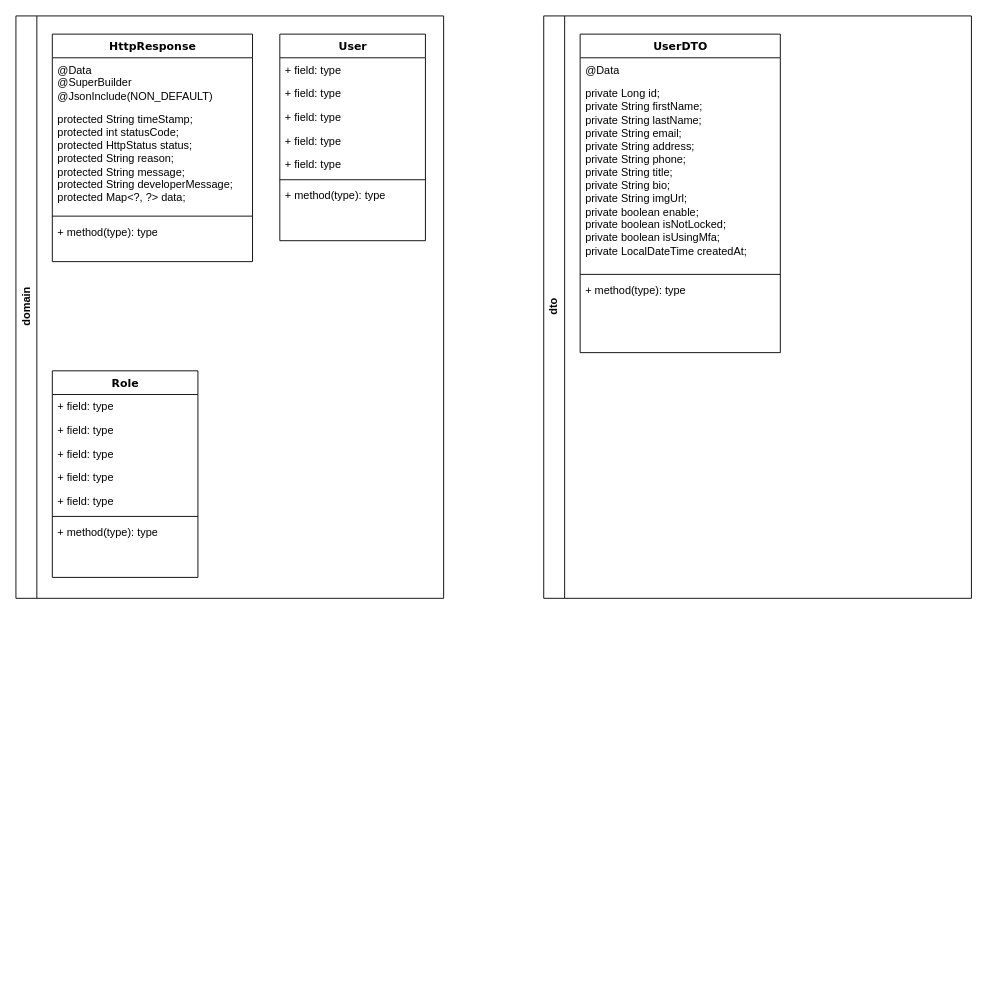
This is Untitled Diagram.drawio from jarisiber/layer-architecture, a draw.io file, before an edit. Source tidied: cells renumbered, new cells numbered last; positions are measured from the earlier drawing's top-left corner, leaving out a move shared by most shapes. Both pictures are drawn from the tidied source at 91%, with x=0, y=0 at pixel (15, 15).
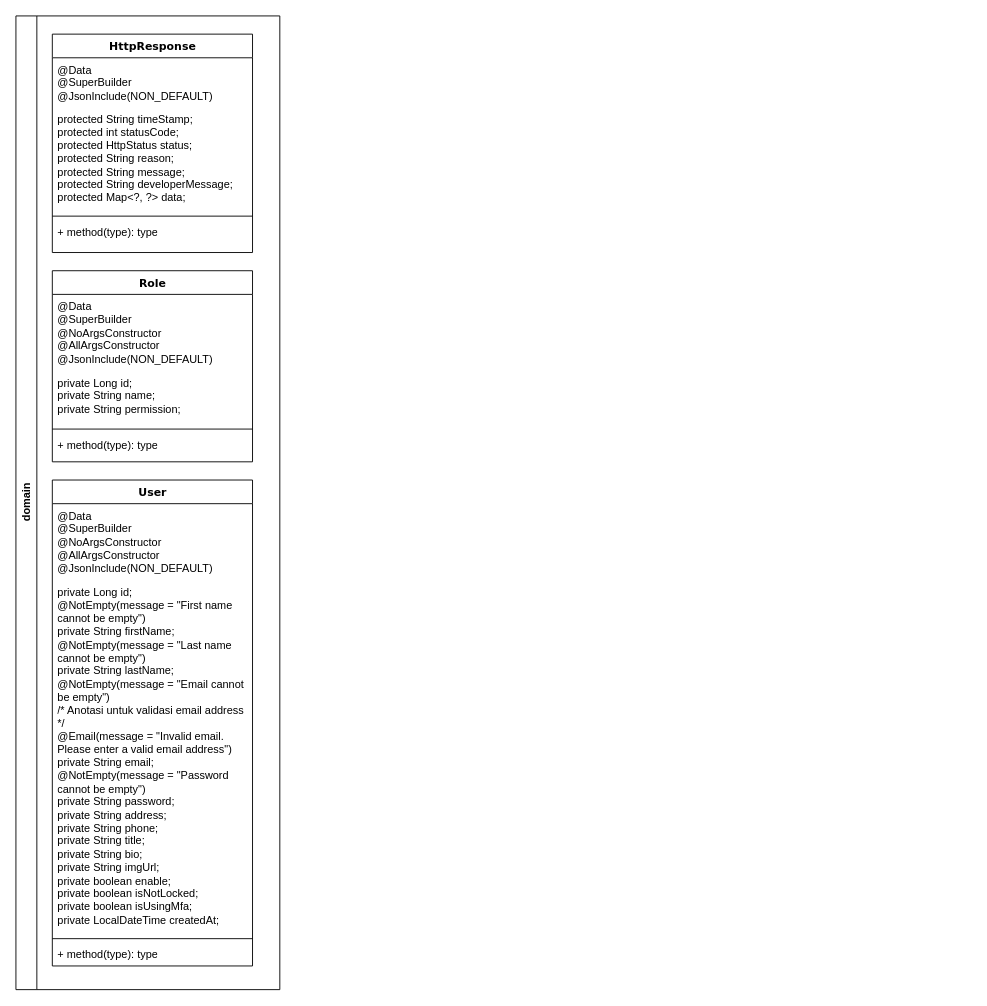
The same page after the edit.

Commit message:
package domain

Change to the diagram source:
```diff
@@
     <mxCell id="2" value="domain" style="swimlane;horizontal=0;whiteSpace=wrap;html=1;" parent="1" vertex="1">
-      <mxGeometry width="470" height="640" as="geometry" />
+      <mxGeometry width="290" height="1070" as="geometry" />
     </mxCell>
     <mxCell id="3" value="HttpResponse" style="swimlane;html=1;fontStyle=1;align=center;verticalAlign=top;horizontal=1;startSize=26;swimlaneFillColor=#ffffff;rounded=0;shadow=0;comic=0;labelBackgroundColor=none;strokeWidth=1;fillColor=none;fontFamily=Verdana;fontSize=12;" parent="2" vertex="1">
-      <mxGeometry x="40" y="20" width="220" height="250" as="geometry" />
+      <mxGeometry x="40" y="20" width="220" height="240" as="geometry" />
     </mxCell>
@@
+    <mxCell id="16" value="Role" style="swimlane;html=1;fontStyle=1;align=center;verticalAlign=top;horizontal=1;startSize=26;swimlaneFillColor=#ffffff;rounded=0;shadow=0;comic=0;labelBackgroundColor=none;strokeWidth=1;fillColor=none;fontFamily=Verdana;fontSize=12;" parent="2" vertex="1">
+      <mxGeometry x="40" y="280" width="220" height="210" as="geometry" />
+    </mxCell>
+    <mxCell id="30" value="&lt;div&gt;@Data&lt;/div&gt;&lt;div&gt;@SuperBuilder&lt;/div&gt;&lt;div&gt;@NoArgsConstructor&lt;/div&gt;&lt;div&gt;@AllArgsConstructor&lt;/div&gt;&lt;div&gt;@JsonInclude(NON_DEFAULT)&lt;/div&gt;" style="text;html=1;strokeColor=none;fillColor=none;align=left;verticalAlign=top;spacingLeft=4;spacingRight=4;whiteSpace=wrap;overflow=hidden;" parent="16" vertex="1">
+      <mxGeometry y="26" width="220" height="84" as="geometry" />
+    </mxCell>
+    <mxCell id="31" value="&lt;div&gt;private Long id;&lt;/div&gt;&lt;div&gt;private String name;&lt;/div&gt;&lt;div&gt;private String permission;&lt;/div&gt;" style="text;html=1;strokeColor=none;fillColor=none;align=left;verticalAlign=top;spacingLeft=4;spacingRight=4;whiteSpace=wrap;overflow=hidden;" parent="16" vertex="1">
+      <mxGeometry y="110" width="220" height="60" as="geometry" />
+    </mxCell>
+    <mxCell id="32" style="line;html=1;strokeWidth=1;fillColor=none;align=left;verticalAlign=middle;spacingTop=-1;spacingLeft=3;spacingRight=3;labelPosition=right;" parent="16" vertex="1">
+      <mxGeometry y="170" width="220" height="8" as="geometry" />
+    </mxCell>
+    <mxCell id="33" value="+ method(type): type" style="text;html=1;strokeColor=none;fillColor=none;align=left;verticalAlign=top;spacingLeft=4;spacingRight=4;whiteSpace=wrap;overflow=hidden;" parent="16" vertex="1">
+      <mxGeometry y="178" width="220" height="26" as="geometry" />
+    </mxCell>
     <mxCell id="8" value="User" style="swimlane;html=1;fontStyle=1;align=center;verticalAlign=top;horizontal=1;startSize=26;swimlaneFillColor=#ffffff;rounded=0;shadow=0;comic=0;labelBackgroundColor=none;strokeWidth=1;fillColor=none;fontFamily=Verdana;fontSize=12;" parent="2" vertex="1">
-      <mxGeometry x="290" y="20" width="160" height="227" as="geometry" />
+      <mxGeometry x="40" y="510" width="220" height="534" as="geometry" />
     </mxCell>
-    <mxCell id="9" value="+ field: type" style="text;html=1;strokeColor=none;fillColor=none;align=left;verticalAlign=top;spacingLeft=4;spacingRight=4;whiteSpace=wrap;overflow=hidden;" parent="8" vertex="1">
-      <mxGeometry y="26" width="160" height="26" as="geometry" />
-    </mxCell>
-    <mxCell id="10" value="+ field: type" style="text;html=1;strokeColor=none;fillColor=none;align=left;verticalAlign=top;spacingLeft=4;spacingRight=4;whiteSpace=wrap;overflow=hidden;" parent="8" vertex="1">
-      <mxGeometry y="52" width="160" height="26" as="geometry" />
-    </mxCell>
-    <mxCell id="11" value="+ field: type" style="text;html=1;strokeColor=none;fillColor=none;align=left;verticalAlign=top;spacingLeft=4;spacingRight=4;whiteSpace=wrap;overflow=hidden;" parent="8" vertex="1">
-      <mxGeometry y="78" width="160" height="26" as="geometry" />
-    </mxCell>
-    <mxCell id="12" value="+ field: type" style="text;html=1;strokeColor=none;fillColor=none;align=left;verticalAlign=top;spacingLeft=4;spacingRight=4;whiteSpace=wrap;overflow=hidden;" parent="8" vertex="1">
-      <mxGeometry y="104" width="160" height="26" as="geometry" />
-    </mxCell>
-    <mxCell id="13" value="+ field: type" style="text;html=1;strokeColor=none;fillColor=none;align=left;verticalAlign=top;spacingLeft=4;spacingRight=4;whiteSpace=wrap;overflow=hidden;" parent="8" vertex="1">
-      <mxGeometry y="130" width="160" height="26" as="geometry" />
-    </mxCell>
-    <mxCell id="14" style="line;html=1;strokeWidth=1;fillColor=none;align=left;verticalAlign=middle;spacingTop=-1;spacingLeft=3;spacingRight=3;labelPosition=right;" parent="8" vertex="1">
-      <mxGeometry y="156" width="160" height="8" as="geometry" />
-    </mxCell>
-    <mxCell id="15" value="+ method(type): type" style="text;html=1;strokeColor=none;fillColor=none;align=left;verticalAlign=top;spacingLeft=4;spacingRight=4;whiteSpace=wrap;overflow=hidden;" parent="8" vertex="1">
-      <mxGeometry y="164" width="160" height="26" as="geometry" />
-    </mxCell>
-    <mxCell id="16" value="Role" style="swimlane;html=1;fontStyle=1;align=center;verticalAlign=top;horizontal=1;startSize=26;swimlaneFillColor=#ffffff;rounded=0;shadow=0;comic=0;labelBackgroundColor=none;strokeWidth=1;fillColor=none;fontFamily=Verdana;fontSize=12;" parent="2" vertex="1">
-      <mxGeometry x="40" y="390" width="160" height="227" as="geometry" />
-    </mxCell>
-    <mxCell id="17" value="+ field: type" style="text;html=1;strokeColor=none;fillColor=none;align=left;verticalAlign=top;spacingLeft=4;spacingRight=4;whiteSpace=wrap;overflow=hidden;" parent="16" vertex="1">
-      <mxGeometry y="26" width="160" height="26" as="geometry" />
-    </mxCell>
-    <mxCell id="18" value="+ field: type" style="text;html=1;strokeColor=none;fillColor=none;align=left;verticalAlign=top;spacingLeft=4;spacingRight=4;whiteSpace=wrap;overflow=hidden;" parent="16" vertex="1">
-      <mxGeometry y="52" width="160" height="26" as="geometry" />
-    </mxCell>
-    <mxCell id="19" value="+ field: type" style="text;html=1;strokeColor=none;fillColor=none;align=left;verticalAlign=top;spacingLeft=4;spacingRight=4;whiteSpace=wrap;overflow=hidden;" parent="16" vertex="1">
-      <mxGeometry y="78" width="160" height="26" as="geometry" />
-    </mxCell>
-    <mxCell id="20" value="+ field: type" style="text;html=1;strokeColor=none;fillColor=none;align=left;verticalAlign=top;spacingLeft=4;spacingRight=4;whiteSpace=wrap;overflow=hidden;" parent="16" vertex="1">
-      <mxGeometry y="104" width="160" height="26" as="geometry" />
-    </mxCell>
-    <mxCell id="21" value="+ field: type" style="text;html=1;strokeColor=none;fillColor=none;align=left;verticalAlign=top;spacingLeft=4;spacingRight=4;whiteSpace=wrap;overflow=hidden;" parent="16" vertex="1">
-      <mxGeometry y="130" width="160" height="26" as="geometry" />
-    </mxCell>
-    <mxCell id="22" style="line;html=1;strokeWidth=1;fillColor=none;align=left;verticalAlign=middle;spacingTop=-1;spacingLeft=3;spacingRight=3;labelPosition=right;" parent="16" vertex="1">
-      <mxGeometry y="156" width="160" height="8" as="geometry" />
-    </mxCell>
-    <mxCell id="23" value="+ method(type): type" style="text;html=1;strokeColor=none;fillColor=none;align=left;verticalAlign=top;spacingLeft=4;spacingRight=4;whiteSpace=wrap;overflow=hidden;" parent="16" vertex="1">
-      <mxGeometry y="164" width="160" height="26" as="geometry" />
-    </mxCell>
-    <mxCell id="24" value="dto" style="swimlane;horizontal=0;whiteSpace=wrap;html=1;" parent="1" vertex="1">
-      <mxGeometry x="580" width="470" height="640" as="geometry" />
-    </mxCell>
-    <mxCell id="25" value="UserDTO" style="swimlane;html=1;fontStyle=1;align=center;verticalAlign=top;horizontal=1;startSize=26;swimlaneFillColor=#ffffff;rounded=0;shadow=0;comic=0;labelBackgroundColor=none;strokeWidth=1;fillColor=none;fontFamily=Verdana;fontSize=12;" parent="24" vertex="1">
-      <mxGeometry x="40" y="20" width="220" height="350" as="geometry" />
-    </mxCell>
-    <mxCell id="26" value="@Data" style="text;html=1;strokeColor=none;fillColor=none;align=left;verticalAlign=top;spacingLeft=4;spacingRight=4;whiteSpace=wrap;overflow=hidden;" parent="25" vertex="1">
-      <mxGeometry y="26" width="220" height="26" as="geometry" />
-    </mxCell>
-    <mxCell id="27" value="&lt;div&gt;private Long id;&lt;/div&gt;&lt;div&gt;private String firstName;&lt;/div&gt;&lt;div&gt;private String lastName;&lt;/div&gt;&lt;div&gt;private String email;&lt;/div&gt;&lt;div&gt;private String address;&lt;/div&gt;&lt;div&gt;private String phone;&lt;/div&gt;&lt;div&gt;private String title;&lt;/div&gt;&lt;div&gt;private String bio;&lt;/div&gt;&lt;div&gt;private String imgUrl;&lt;/div&gt;&lt;div&gt;private boolean enable;&lt;/div&gt;&lt;div&gt;private boolean isNotLocked;&lt;/div&gt;&lt;div&gt;private boolean isUsingMfa;&lt;/div&gt;&lt;div&gt;private LocalDateTime createdAt;&lt;/div&gt;" style="text;html=1;strokeColor=none;fillColor=none;align=left;verticalAlign=top;spacingLeft=4;spacingRight=4;whiteSpace=wrap;overflow=hidden;" parent="25" vertex="1">
-      <mxGeometry y="52" width="220" height="208" as="geometry" />
-    </mxCell>
-    <mxCell id="28" style="line;html=1;strokeWidth=1;fillColor=none;align=left;verticalAlign=middle;spacingTop=-1;spacingLeft=3;spacingRight=3;labelPosition=right;" parent="25" vertex="1">
-      <mxGeometry y="260" width="220" height="8" as="geometry" />
-    </mxCell>
-    <mxCell id="29" value="+ method(type): type" style="text;html=1;strokeColor=none;fillColor=none;align=left;verticalAlign=top;spacingLeft=4;spacingRight=4;whiteSpace=wrap;overflow=hidden;" parent="25" vertex="1">
-      <mxGeometry y="268" width="220" height="26" as="geometry" />
-    </mxCell>
+    <mxCell id="34" value="&lt;div&gt;@Data&lt;/div&gt;&lt;div&gt;@SuperBuilder&lt;/div&gt;&lt;div&gt;@NoArgsConstructor&lt;/div&gt;&lt;div&gt;@AllArgsConstructor&lt;/div&gt;&lt;div&gt;@JsonInclude(NON_DEFAULT)&lt;/div&gt;" style="text;html=1;strokeColor=none;fillColor=none;align=left;verticalAlign=top;spacingLeft=4;spacingRight=4;whiteSpace=wrap;overflow=hidden;" parent="8" vertex="1">
+      <mxGeometry y="26" width="220" height="84" as="geometry" />
+    </mxCell>
+    <mxCell id="35" value="&lt;div&gt;private Long id;&lt;/div&gt;&lt;div&gt;@NotEmpty(message = &quot;First name cannot be empty&quot;)&lt;/div&gt;&lt;div&gt;private String firstName;&lt;/div&gt;&lt;div&gt;@NotEmpty(message = &quot;Last name cannot be empty&quot;)&lt;/div&gt;&lt;div&gt;private String lastName;&lt;/div&gt;&lt;div&gt;@NotEmpty(message = &quot;Email cannot be empty&quot;)&lt;/div&gt;&lt;div&gt;/* Anotasi untuk validasi email address */&lt;/div&gt;&lt;div&gt;@Email(message = &quot;Invalid email. Please enter a valid email address&quot;)&lt;/div&gt;&lt;div&gt;private String email;&lt;/div&gt;&lt;div&gt;@NotEmpty(message = &quot;Password cannot be empty&quot;)&lt;/div&gt;&lt;div&gt;private String password;&lt;/div&gt;&lt;div&gt;private String address;&lt;/div&gt;&lt;div&gt;private String phone;&lt;/div&gt;&lt;div&gt;private String title;&lt;/div&gt;&lt;div&gt;private String bio;&lt;/div&gt;&lt;div&gt;private String imgUrl;&lt;/div&gt;&lt;div&gt;private boolean enable;&lt;/div&gt;&lt;div&gt;private boolean isNotLocked;&lt;/div&gt;&lt;div&gt;private boolean isUsingMfa;&lt;/div&gt;&lt;div&gt;private LocalDateTime createdAt;&lt;/div&gt;" style="text;html=1;strokeColor=none;fillColor=none;align=left;verticalAlign=top;spacingLeft=4;spacingRight=4;whiteSpace=wrap;overflow=hidden;" parent="8" vertex="1">
+      <mxGeometry y="110" width="220" height="390" as="geometry" />
+    </mxCell>
+    <mxCell id="36" style="line;html=1;strokeWidth=1;fillColor=none;align=left;verticalAlign=middle;spacingTop=-1;spacingLeft=3;spacingRight=3;labelPosition=right;" parent="8" vertex="1">
+      <mxGeometry y="500" width="220" height="8" as="geometry" />
+    </mxCell>
+    <mxCell id="37" value="+ method(type): type" style="text;html=1;strokeColor=none;fillColor=none;align=left;verticalAlign=top;spacingLeft=4;spacingRight=4;whiteSpace=wrap;overflow=hidden;" parent="8" vertex="1">
+      <mxGeometry y="508" width="220" height="26" as="geometry" />
+    </mxCell>
```
